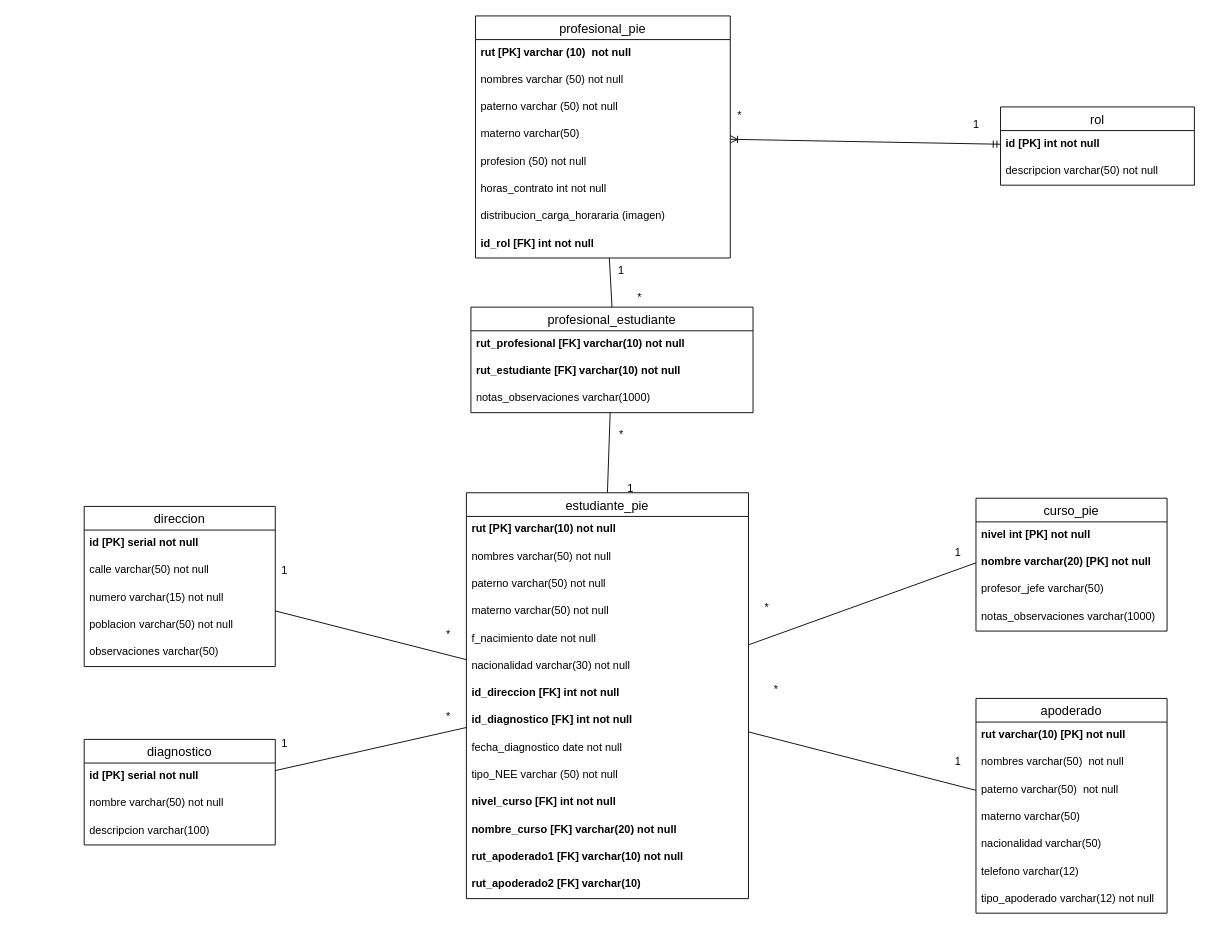
Above: page "modelo logico" (3 of 3) of caso_de_uso.drawio in German-G-M/Modelamiento_y_Normalizaci-n (draw.io), before the change. Source tidied: cells renumbered, new cells numbered last; positions are measured from the earlier drawing's top-left corner, leaving out a move shared by most shapes. Both pictures are drawn from the tidied source at 91%, with x=0, y=0 at pixel (84, 15).
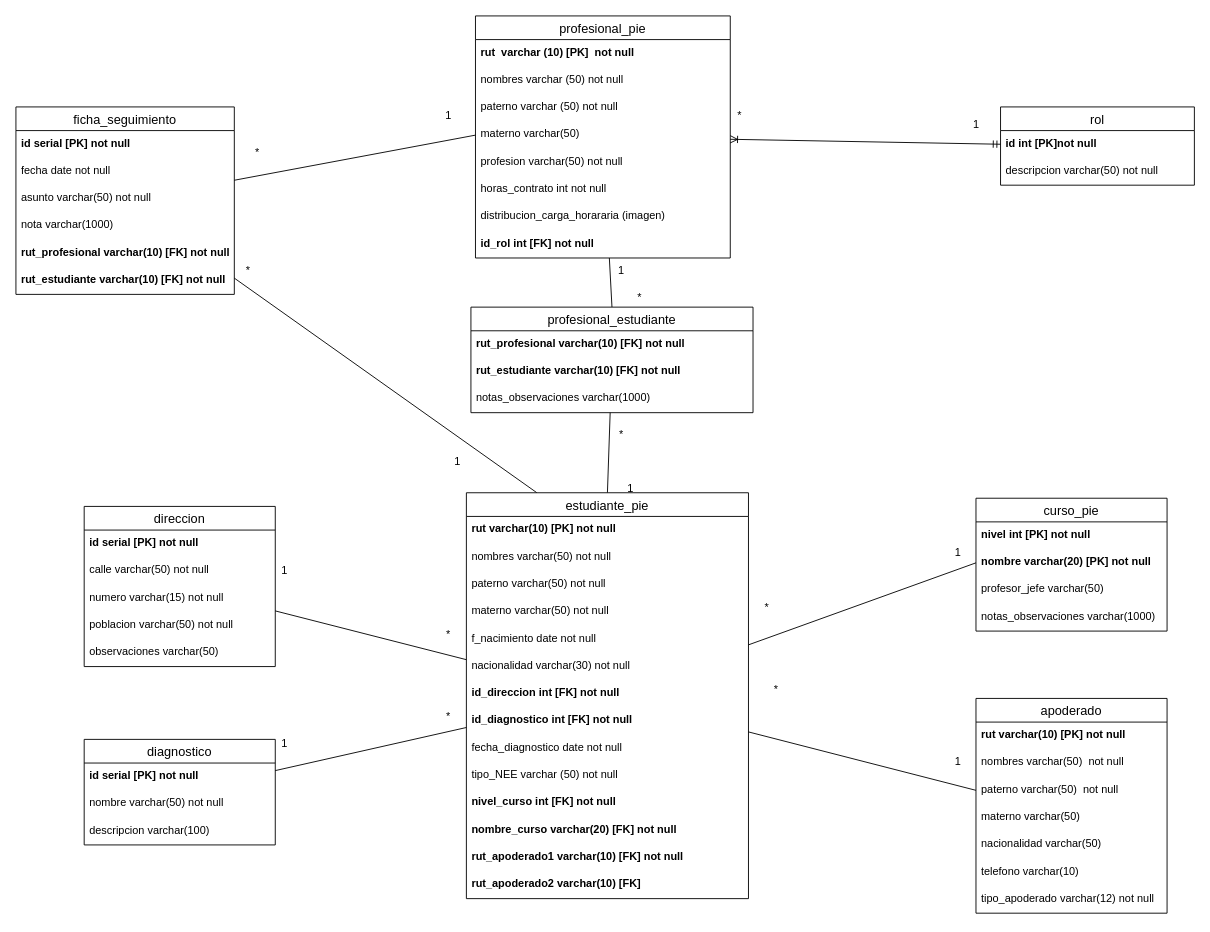
The same diagram, later.

The change refers to these unchanged cells:
```xml
<mxCell id="2" value="profesional_pie" style="swimlane;fontStyle=0;horizontal=1;startSize=26;align=center;fontSize=14;" parent="1" vertex="1">
  <mxGeometry x="430" width="280" height="266" as="geometry" />
</mxCell>
<mxCell id="6" value="materno varchar(50)" style="text;strokeColor=none;fillColor=none;spacingLeft=4;spacingRight=4;overflow=hidden;points=[[0,0.5],[1,0.5]];portConstraint=eastwest;fontSize=12;" parent="2" vertex="1">
  <mxGeometry y="116" width="280" height="30" as="geometry" />
</mxCell>
<mxCell id="11" value="rol" style="swimlane;fontStyle=0;horizontal=1;startSize=26;align=center;fontSize=14;" parent="1" vertex="1">
  <mxGeometry x="1007" y="100" width="213" height="86" as="geometry" />
</mxCell>
<mxCell id="16" value="profesional_estudiante" style="swimlane;fontStyle=0;horizontal=1;startSize=26;align=center;fontSize=14;" parent="1" vertex="1">
  <mxGeometry x="425" y="320" width="310" height="116" as="geometry" />
</mxCell>
<mxCell id="21" value="estudiante_pie" style="swimlane;fontStyle=0;horizontal=1;startSize=26;align=center;fontSize=14;" parent="1" vertex="1">
  <mxGeometry x="420" y="524" width="310" height="446" as="geometry" />
</mxCell>
<mxCell id="37" value="direccion" style="swimlane;fontStyle=0;horizontal=1;startSize=26;align=center;fontSize=14;" parent="1" vertex="1">
  <mxGeometry y="539" width="210" height="176" as="geometry" />
</mxCell>
<mxCell id="50" value="diagnostico" style="swimlane;fontStyle=0;horizontal=1;startSize=26;align=center;fontSize=14;" parent="1" vertex="1">
  <mxGeometry y="795" width="210" height="116" as="geometry" />
</mxCell>
<mxCell id="66" value="apoderado" style="swimlane;fontStyle=0;horizontal=1;startSize=26;align=center;fontSize=14;" parent="1" vertex="1">
  <mxGeometry x="980" y="750" width="210" height="236" as="geometry" />
</mxCell>
```

Diff of the diagram source:
```diff
@@
-    <mxCell id="3" value="rut [PK] varchar (10)  not null" style="text;strokeColor=none;fillColor=none;spacingLeft=4;spacingRight=4;overflow=hidden;fontSize=12;fontStyle=1;" parent="2" vertex="1">
+    <mxCell id="3" value="rut  varchar (10) [PK]  not null" style="text;strokeColor=none;fillColor=none;spacingLeft=4;spacingRight=4;overflow=hidden;fontSize=12;fontStyle=1;" parent="2" vertex="1">
       <mxGeometry y="26" width="280" height="30" as="geometry" />
     </mxCell>
@@
-    <mxCell id="7" value="profesion (50) not null" style="text;strokeColor=none;fillColor=none;spacingLeft=4;spacingRight=4;overflow=hidden;fontSize=12;" parent="2" vertex="1">
+    <mxCell id="7" value="profesion varchar(50) not null" style="text;strokeColor=none;fillColor=none;spacingLeft=4;spacingRight=4;overflow=hidden;fontSize=12;" parent="2" vertex="1">
       <mxGeometry y="146" width="280" height="30" as="geometry" />
     </mxCell>
@@
-    <mxCell id="10" value="id_rol [FK] int not null" style="text;strokeColor=none;fillColor=none;spacingLeft=4;spacingRight=4;overflow=hidden;fontSize=12;fontStyle=1;" parent="2" vertex="1">
+    <mxCell id="10" value="id_rol int [FK] not null" style="text;strokeColor=none;fillColor=none;spacingLeft=4;spacingRight=4;overflow=hidden;fontSize=12;fontStyle=1;" parent="2" vertex="1">
       <mxGeometry y="236" width="280" height="30" as="geometry" />
     </mxCell>
@@
-    <mxCell id="12" value="id [PK] int not null" style="text;strokeColor=none;fillColor=none;spacingLeft=4;spacingRight=4;overflow=hidden;points=[[0,0.5],[1,0.5]];portConstraint=eastwest;fontSize=12;fontStyle=1;" parent="11" vertex="1">
+    <mxCell id="12" value="id int [PK]not null" style="text;strokeColor=none;fillColor=none;spacingLeft=4;spacingRight=4;overflow=hidden;points=[[0,0.5],[1,0.5]];portConstraint=eastwest;fontSize=12;fontStyle=1;" parent="11" vertex="1">
       <mxGeometry y="26" width="213" height="30" as="geometry" />
     </mxCell>
@@
-    <mxCell id="17" value="rut_profesional [FK] varchar(10) not null" style="text;strokeColor=none;fillColor=none;spacingLeft=4;spacingRight=4;overflow=hidden;fontSize=12;fontStyle=1;" parent="16" vertex="1">
+    <mxCell id="17" value="rut_profesional varchar(10) [FK] not null" style="text;strokeColor=none;fillColor=none;spacingLeft=4;spacingRight=4;overflow=hidden;fontSize=12;fontStyle=1;" parent="16" vertex="1">
       <mxGeometry y="26" width="310" height="30" as="geometry" />
     </mxCell>
-    <mxCell id="18" value="rut_estudiante [FK] varchar(10) not null" style="text;strokeColor=none;fillColor=none;spacingLeft=4;spacingRight=4;overflow=hidden;fontSize=12;fontStyle=1;" parent="16" vertex="1">
+    <mxCell id="18" value="rut_estudiante varchar(10) [FK] not null" style="text;strokeColor=none;fillColor=none;spacingLeft=4;spacingRight=4;overflow=hidden;fontSize=12;fontStyle=1;" parent="16" vertex="1">
       <mxGeometry y="56" width="310" height="30" as="geometry" />
     </mxCell>
@@
+    <mxCell id="77" style="edgeStyle=none;rounded=0;jettySize=auto;html=1;exitX=0.25;exitY=0;exitDx=0;exitDy=0;startArrow=none;startFill=0;endArrow=none;endFill=0;" parent="1" edge="1" source="21" target="78">
+      <mxGeometry relative="1" as="geometry" />
+    </mxCell>
@@
-    <mxCell id="22" value="rut [PK] varchar(10) not null" style="text;strokeColor=none;fillColor=none;spacingLeft=4;spacingRight=4;overflow=hidden;fontSize=12;fontStyle=1;" parent="21" vertex="1">
+    <mxCell id="22" value="rut varchar(10) [PK] not null" style="text;strokeColor=none;fillColor=none;spacingLeft=4;spacingRight=4;overflow=hidden;fontSize=12;fontStyle=1;" parent="21" vertex="1">
       <mxGeometry y="26" width="310" height="30" as="geometry" />
     </mxCell>
@@
-    <mxCell id="28" value="id_direccion [FK] int not null" style="text;strokeColor=none;fillColor=none;spacingLeft=4;spacingRight=4;overflow=hidden;fontSize=12;fontStyle=1;" parent="21" vertex="1">
+    <mxCell id="28" value="id_direccion int [FK] not null" style="text;strokeColor=none;fillColor=none;spacingLeft=4;spacingRight=4;overflow=hidden;fontSize=12;fontStyle=1;" parent="21" vertex="1">
       <mxGeometry y="206" width="310" height="30" as="geometry" />
     </mxCell>
-    <mxCell id="29" value="id_diagnostico [FK] int not null" style="text;strokeColor=none;fillColor=none;spacingLeft=4;spacingRight=4;overflow=hidden;fontSize=12;fontStyle=1;" parent="21" vertex="1">
+    <mxCell id="29" value="id_diagnostico int [FK] not null" style="text;strokeColor=none;fillColor=none;spacingLeft=4;spacingRight=4;overflow=hidden;fontSize=12;fontStyle=1;" parent="21" vertex="1">
       <mxGeometry y="236" width="310" height="30" as="geometry" />
     </mxCell>
@@
-    <mxCell id="32" value="nivel_curso [FK] int not null" style="text;strokeColor=none;fillColor=none;spacingLeft=4;spacingRight=4;overflow=hidden;fontSize=12;fontStyle=1;" parent="21" vertex="1">
+    <mxCell id="32" value="nivel_curso int [FK] not null" style="text;strokeColor=none;fillColor=none;spacingLeft=4;spacingRight=4;overflow=hidden;fontSize=12;fontStyle=1;" parent="21" vertex="1">
       <mxGeometry y="326" width="310" height="30" as="geometry" />
     </mxCell>
-    <mxCell id="33" value="nombre_curso [FK] varchar(20) not null" style="text;strokeColor=none;fillColor=none;spacingLeft=4;spacingRight=4;overflow=hidden;fontSize=12;fontStyle=1;" parent="21" vertex="1">
+    <mxCell id="33" value="nombre_curso varchar(20) [FK] not null" style="text;strokeColor=none;fillColor=none;spacingLeft=4;spacingRight=4;overflow=hidden;fontSize=12;fontStyle=1;" parent="21" vertex="1">
       <mxGeometry y="356" width="310" height="30" as="geometry" />
     </mxCell>
-    <mxCell id="34" value="rut_apoderado1 [FK] varchar(10) not null" style="text;strokeColor=none;fillColor=none;spacingLeft=4;spacingRight=4;overflow=hidden;fontSize=12;fontStyle=1;" parent="21" vertex="1">
+    <mxCell id="34" value="rut_apoderado1 varchar(10) [FK] not null" style="text;strokeColor=none;fillColor=none;spacingLeft=4;spacingRight=4;overflow=hidden;fontSize=12;fontStyle=1;" parent="21" vertex="1">
       <mxGeometry y="386" width="310" height="30" as="geometry" />
     </mxCell>
-    <mxCell id="35" value="rut_apoderado2 [FK] varchar(10) " style="text;strokeColor=none;fillColor=none;spacingLeft=4;spacingRight=4;overflow=hidden;fontSize=12;fontStyle=1;" parent="21" vertex="1">
+    <mxCell id="35" value="rut_apoderado2 varchar(10) [FK] " style="text;strokeColor=none;fillColor=none;spacingLeft=4;spacingRight=4;overflow=hidden;fontSize=12;fontStyle=1;" parent="21" vertex="1">
       <mxGeometry y="416" width="310" height="30" as="geometry" />
     </mxCell>
@@
-    <mxCell id="38" value="id [PK] serial not null" style="text;strokeColor=none;fillColor=none;spacingLeft=4;spacingRight=4;overflow=hidden;fontSize=12;fontStyle=1;" parent="37" vertex="1">
+    <mxCell id="38" value="id serial [PK] not null" style="text;strokeColor=none;fillColor=none;spacingLeft=4;spacingRight=4;overflow=hidden;fontSize=12;fontStyle=1;" parent="37" vertex="1">
       <mxGeometry y="26" width="210" height="30" as="geometry" />
     </mxCell>
@@
-    <mxCell id="51" value="id [PK] serial not null" style="text;strokeColor=none;fillColor=none;spacingLeft=4;spacingRight=4;overflow=hidden;fontSize=12;fontStyle=1;" parent="50" vertex="1">
+    <mxCell id="51" value="id serial [PK] not null" style="text;strokeColor=none;fillColor=none;spacingLeft=4;spacingRight=4;overflow=hidden;fontSize=12;fontStyle=1;" parent="50" vertex="1">
       <mxGeometry y="26" width="210" height="30" as="geometry" />
     </mxCell>
@@
-    <mxCell id="72" value="telefono varchar(12)" style="text;strokeColor=none;fillColor=none;spacingLeft=4;spacingRight=4;overflow=hidden;fontSize=12;" parent="66" vertex="1">
+    <mxCell id="72" value="telefono varchar(10)" style="text;strokeColor=none;fillColor=none;spacingLeft=4;spacingRight=4;overflow=hidden;fontSize=12;" parent="66" vertex="1">
       <mxGeometry y="176" width="210" height="30" as="geometry" />
     </mxCell>
@@
+    <mxCell id="78" value="ficha_seguimiento" style="swimlane;fontStyle=0;horizontal=1;startSize=26;align=center;fontSize=14;" parent="1" vertex="1">
+      <mxGeometry x="-75" y="100" width="240" height="206" as="geometry" />
+    </mxCell>
+    <mxCell id="79" value="id serial [PK] not null" style="text;strokeColor=none;fillColor=none;spacingLeft=4;spacingRight=4;overflow=hidden;fontSize=12;fontStyle=1;" parent="78" vertex="1">
+      <mxGeometry y="26" width="240" height="30" as="geometry" />
+    </mxCell>
+    <mxCell id="80" value="fecha date not null" style="text;strokeColor=none;fillColor=none;spacingLeft=4;spacingRight=4;overflow=hidden;fontSize=12;" parent="78" vertex="1">
+      <mxGeometry y="56" width="240" height="30" as="geometry" />
+    </mxCell>
+    <mxCell id="81" value="asunto varchar(50) not null" style="text;strokeColor=none;fillColor=none;spacingLeft=4;spacingRight=4;overflow=hidden;fontSize=12;" parent="78" vertex="1">
+      <mxGeometry y="86" width="240" height="30" as="geometry" />
+    </mxCell>
+    <mxCell id="82" value="nota varchar(1000) " style="text;strokeColor=none;fillColor=none;spacingLeft=4;spacingRight=4;overflow=hidden;fontSize=12;" parent="78" vertex="1">
+      <mxGeometry y="116" width="240" height="30" as="geometry" />
+    </mxCell>
+    <mxCell id="83" value="rut_profesional varchar(10) [FK] not null" style="text;strokeColor=none;fillColor=none;spacingLeft=4;spacingRight=4;overflow=hidden;fontSize=12;fontStyle=1;" parent="78" vertex="1">
+      <mxGeometry y="146" width="240" height="30" as="geometry" />
+    </mxCell>
+    <mxCell id="84" value="rut_estudiante varchar(10) [FK] not null" style="text;strokeColor=none;fillColor=none;spacingLeft=4;spacingRight=4;overflow=hidden;fontSize=12;fontStyle=1;" parent="78" vertex="1">
+      <mxGeometry y="176" width="240" height="30" as="geometry" />
+    </mxCell>
+    <mxCell id="85" style="edgeStyle=none;rounded=0;jettySize=auto;html=1;exitX=0;exitY=0.5;exitDx=0;exitDy=0;startArrow=none;startFill=0;endArrow=none;endFill=0;" parent="1" edge="1" source="6" target="78">
+      <mxGeometry relative="1" as="geometry" />
+    </mxCell>
+    <mxCell id="86" value="1" style="text;html=1;align=center;verticalAlign=middle;strokeColor=none;fillColor=none;" parent="1" vertex="1">
+      <mxGeometry x="390" y="100" width="20" height="20" as="geometry" />
+    </mxCell>
+    <mxCell id="87" value="*" style="text;html=1;align=center;verticalAlign=middle;strokeColor=none;fillColor=none;" parent="1" vertex="1">
+      <mxGeometry x="180" y="140" width="20" height="20" as="geometry" />
+    </mxCell>
+    <mxCell id="88" value="1" style="text;html=1;align=center;verticalAlign=middle;strokeColor=none;fillColor=none;" parent="1" vertex="1">
+      <mxGeometry x="400" y="480" width="20" height="20" as="geometry" />
+    </mxCell>
+    <mxCell id="89" value="*" style="text;html=1;align=center;verticalAlign=middle;strokeColor=none;fillColor=none;" parent="1" vertex="1">
+      <mxGeometry x="170" y="270" width="20" height="20" as="geometry" />
+    </mxCell>
```
